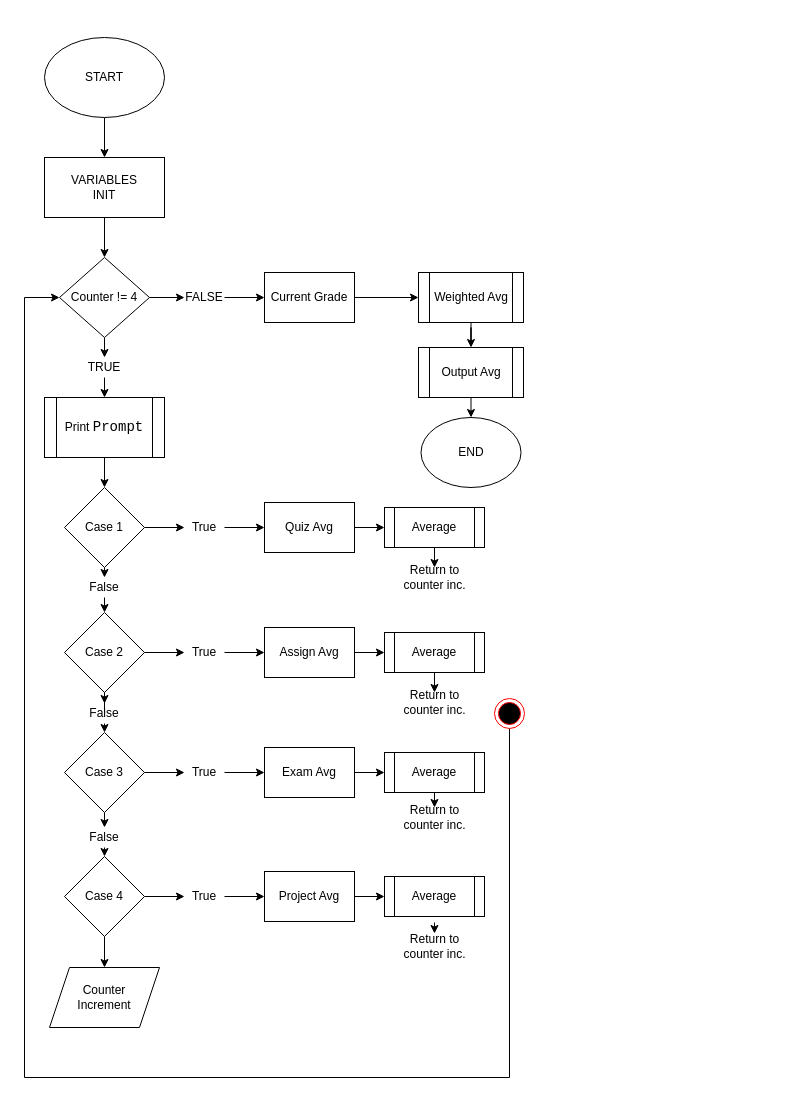
Before: page "Page-1" (1 of 2) of Layouts/Project 4.drawio in Sukhvsin2/CS-155-Projects, a draw.io diagram. Source tidied: cells renumbered, new cells numbered last; positions are measured from the earlier drawing's top-left corner, leaving out a move shared by most shapes. Both pictures are drawn from the tidied source at 100%, with x=0, y=0 at pixel (24, 37).
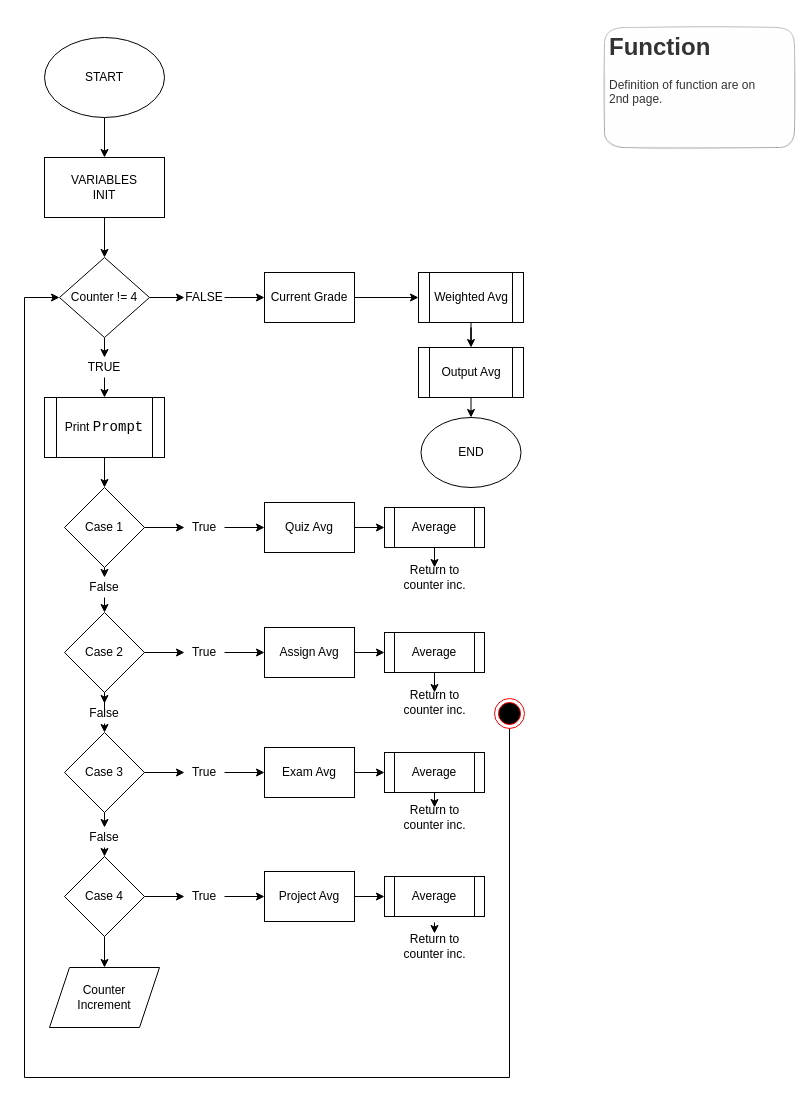
The same page after the edit.

Commit message:
Legend Added for functions

The edit, as a diff of the source:
```diff
@@
+    <mxCell id="71" value="&lt;h1&gt;Function&lt;/h1&gt;&lt;div&gt;Definition of function are on&amp;nbsp;&lt;/div&gt;&lt;div&gt;2nd page.&lt;/div&gt;" style="text;html=1;strokeColor=#666666;fillColor=#f5f5f5;spacing=5;spacingTop=-20;whiteSpace=wrap;overflow=hidden;rounded=1;glass=1;sketch=1;fontColor=#333333;shadow=0;opacity=30;" parent="1" vertex="1">
+      <mxGeometry x="580" y="-10" width="190" height="120" as="geometry" />
+    </mxCell>
```
